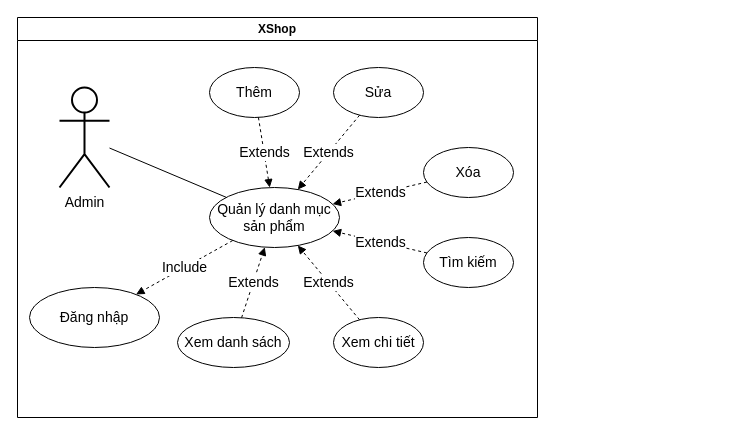
Earlier version of the draw.io diagram page "Management Category ProductUsecase" (4 of 10) of document/UsecaseDiagram.drawio (dylantran251/xshop). Source tidied: cells renumbered, new cells numbered last; positions are measured from the earlier drawing's top-left corner, leaving out a move shared by most shapes. Both pictures are drawn from the tidied source at 100%, with x=0, y=0 at pixel (17, 17).
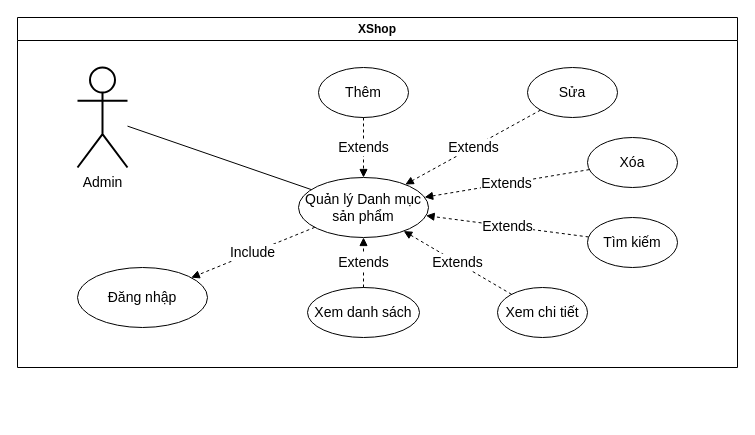
Above is the later version.

Change to the diagram source:
```diff
@@
 <mxGraphModel>
   <root>
     <mxCell id="0" />
     <mxCell id="1" parent="0" />
-    <mxCell id="2" value="Quản lý danh mục sản phẩm" style="ellipse;whiteSpace=wrap;html=1;fontSize=14;" parent="1" vertex="1">
-      <mxGeometry x="192" y="170" width="130" height="60" as="geometry" />
-    </mxCell>
+    <mxCell id="19" value="XShop" style="swimlane;whiteSpace=wrap;html=1;" parent="1" vertex="1">
+      <mxGeometry width="720" height="350" as="geometry" />
+    </mxCell>
+    <mxCell id="10" value="Xem danh sách" style="ellipse;whiteSpace=wrap;html=1;fontSize=14;" parent="19" vertex="1">
+      <mxGeometry x="290" y="270" width="112" height="50" as="geometry" />
+    </mxCell>
-    <mxCell id="3" value="Admin" style="shape=umlActor;verticalLabelPosition=bottom;verticalAlign=top;html=1;outlineConnect=0;fillStyle=auto;strokeWidth=2;fontSize=14;" parent="1" vertex="1">
-      <mxGeometry x="42" y="70" width="50" height="100" as="geometry" />
+    <mxCell id="3" value="Admin" style="shape=umlActor;verticalLabelPosition=bottom;verticalAlign=top;html=1;outlineConnect=0;fillStyle=auto;strokeWidth=2;fontSize=14;" parent="19" vertex="1">
+      <mxGeometry x="60" y="50" width="50" height="100" as="geometry" />
     </mxCell>
-    <mxCell id="4" style="endArrow=none;html=1;rounded=0;fontSize=14;" parent="1" edge="1" source="2" target="3">
-      <mxGeometry relative="1" as="geometry" />
-    </mxCell>
+    <mxCell id="17" value="Đăng nhập" style="ellipse;whiteSpace=wrap;html=1;fontSize=14;" parent="19" vertex="1">
+      <mxGeometry x="60" y="250" width="130" height="60" as="geometry" />
+    </mxCell>
+    <mxCell id="20" value="Quản lý Danh mục sản phẩm" style="ellipse;whiteSpace=wrap;html=1;fontSize=14;" parent="19" vertex="1">
+      <mxGeometry x="281" y="160" width="130" height="60" as="geometry" />
+    </mxCell>
+    <mxCell id="21" style="endArrow=none;html=1;rounded=0;fontSize=14;" parent="19" edge="1" source="20" target="3">
+      <mxGeometry relative="1" as="geometry" />
+    </mxCell>
+    <mxCell id="22" value="Extends" style="endArrow=block;endSize=6;endFill=1;html=1;rounded=0;dashed=1;fontSize=14;" parent="19" edge="1" source="10" target="20">
+      <mxGeometry relative="1" as="geometry" />
+    </mxCell>
+    <mxCell id="18" value="Include" style="endArrow=block;endSize=6;endFill=1;html=1;rounded=0;dashed=1;fontSize=14;" parent="19" edge="1" source="20" target="17">
+      <mxGeometry relative="1" as="geometry" />
+    </mxCell>
-    <mxCell id="5" value="Thêm" style="ellipse;whiteSpace=wrap;html=1;fontSize=14;" parent="1" vertex="1">
-      <mxGeometry x="192" y="50" width="90" height="50" as="geometry" />
+    <mxCell id="5" value="Thêm" style="ellipse;whiteSpace=wrap;html=1;fontSize=14;" parent="19" vertex="1">
+      <mxGeometry x="301" y="50" width="90" height="50" as="geometry" />
     </mxCell>
+    <mxCell id="13" value="Extends" style="endArrow=block;endFill=1;html=1;rounded=0;dashed=1;fontSize=14;" parent="19" edge="1" source="5" target="20">
+      <mxGeometry relative="1" as="geometry" />
+    </mxCell>
-    <mxCell id="6" value="Sửa" style="ellipse;whiteSpace=wrap;html=1;fontSize=14;" parent="1" vertex="1">
-      <mxGeometry x="316" y="50" width="90" height="50" as="geometry" />
+    <mxCell id="6" value="Sửa" style="ellipse;whiteSpace=wrap;html=1;fontSize=14;" parent="19" vertex="1">
+      <mxGeometry x="510" y="50" width="90" height="50" as="geometry" />
     </mxCell>
+    <mxCell id="23" value="Extends" style="endArrow=block;endSize=6;endFill=1;html=1;rounded=0;dashed=1;fontSize=14;" parent="19" edge="1" source="6" target="20">
+      <mxGeometry relative="1" as="geometry" />
+    </mxCell>
-    <mxCell id="7" value="Xóa" style="ellipse;whiteSpace=wrap;html=1;fontSize=14;" parent="1" vertex="1">
-      <mxGeometry x="406" y="130" width="90" height="50" as="geometry" />
+    <mxCell id="7" value="Xóa" style="ellipse;whiteSpace=wrap;html=1;fontSize=14;" parent="19" vertex="1">
+      <mxGeometry x="570" y="120" width="90" height="50" as="geometry" />
     </mxCell>
+    <mxCell id="24" value="Extends" style="endArrow=block;endSize=6;endFill=1;html=1;rounded=0;dashed=1;fontSize=14;" parent="19" edge="1" source="7" target="20">
+      <mxGeometry relative="1" as="geometry" />
+    </mxCell>
-    <mxCell id="8" value="Tìm kiếm" style="ellipse;whiteSpace=wrap;html=1;fontSize=14;" parent="1" vertex="1">
-      <mxGeometry x="406" y="220" width="90" height="50" as="geometry" />
+    <mxCell id="8" value="Tìm kiếm" style="ellipse;whiteSpace=wrap;html=1;fontSize=14;" parent="19" vertex="1">
+      <mxGeometry x="570" y="200" width="90" height="50" as="geometry" />
     </mxCell>
+    <mxCell id="25" value="Extends" style="endArrow=block;endSize=6;endFill=1;html=1;rounded=0;dashed=1;fontSize=14;" parent="19" edge="1" source="8" target="20">
+      <mxGeometry relative="1" as="geometry" />
+    </mxCell>
-    <mxCell id="9" value="Xem chi tiết" style="ellipse;whiteSpace=wrap;html=1;fontSize=14;" parent="1" vertex="1">
-      <mxGeometry x="316" y="300" width="90" height="50" as="geometry" />
+    <mxCell id="9" value="Xem chi tiết" style="ellipse;whiteSpace=wrap;html=1;fontSize=14;" parent="19" vertex="1">
+      <mxGeometry x="480" y="270" width="90" height="50" as="geometry" />
     </mxCell>
-    <mxCell id="10" value="Xem danh sách" style="ellipse;whiteSpace=wrap;html=1;fontSize=14;" parent="1" vertex="1">
-      <mxGeometry x="160" y="300" width="112" height="50" as="geometry" />
-    </mxCell>
-    <mxCell id="11" value="Extends" style="endArrow=block;endSize=6;endFill=1;html=1;rounded=0;dashed=1;fontSize=14;" parent="1" edge="1" source="10" target="2">
-      <mxGeometry relative="1" as="geometry" />
-    </mxCell>
-    <mxCell id="12" value="Extends" style="endArrow=block;endSize=6;endFill=1;html=1;rounded=0;dashed=1;fontSize=14;" parent="1" edge="1" source="9" target="2">
-      <mxGeometry relative="1" as="geometry" />
-    </mxCell>
-    <mxCell id="13" value="Extends" style="endArrow=block;endFill=1;html=1;rounded=0;dashed=1;fontSize=14;" parent="1" edge="1" source="5" target="2">
-      <mxGeometry relative="1" as="geometry" />
-    </mxCell>
-    <mxCell id="14" value="Extends" style="endArrow=block;endSize=6;endFill=1;html=1;rounded=0;dashed=1;fontSize=14;" parent="1" edge="1" source="6" target="2">
-      <mxGeometry relative="1" as="geometry" />
-    </mxCell>
-    <mxCell id="15" value="Extends" style="endArrow=block;endSize=6;endFill=1;html=1;rounded=0;dashed=1;fontSize=14;" parent="1" edge="1" source="7" target="2">
-      <mxGeometry relative="1" as="geometry" />
-    </mxCell>
-    <mxCell id="16" value="Extends" style="endArrow=block;endSize=6;endFill=1;html=1;rounded=0;dashed=1;fontSize=14;" parent="1" edge="1" source="8" target="2">
-      <mxGeometry relative="1" as="geometry" />
-    </mxCell>
-    <mxCell id="17" value="Đăng nhập" style="ellipse;whiteSpace=wrap;html=1;fontSize=14;" parent="1" vertex="1">
-      <mxGeometry x="12" y="270" width="130" height="60" as="geometry" />
-    </mxCell>
-    <mxCell id="18" value="Include" style="endArrow=block;endSize=6;endFill=1;html=1;rounded=0;dashed=1;fontSize=14;" parent="1" edge="1" source="2" target="17">
-      <mxGeometry relative="1" as="geometry" />
-    </mxCell>
-    <mxCell id="19" value="XShop" style="swimlane;whiteSpace=wrap;html=1;" parent="1" vertex="1">
-      <mxGeometry width="520" height="400" as="geometry" />
-    </mxCell>
+    <mxCell id="26" value="Extends" style="endArrow=block;endSize=6;endFill=1;html=1;rounded=0;dashed=1;fontSize=14;" parent="19" edge="1" source="9" target="20">
+      <mxGeometry relative="1" as="geometry" />
+    </mxCell>
   </root>
 </mxGraphModel>
```
